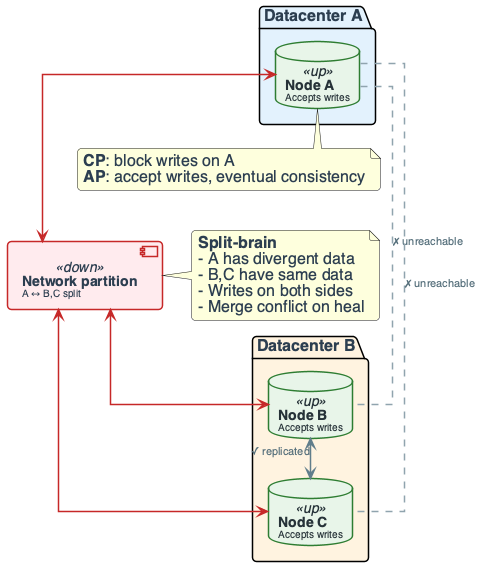
OrPerets/data-engineering-course keeps this PlantUML diagram as diagrams/week02/week2_lecture_slide42_failure_partition.png. Above is the earlier version.
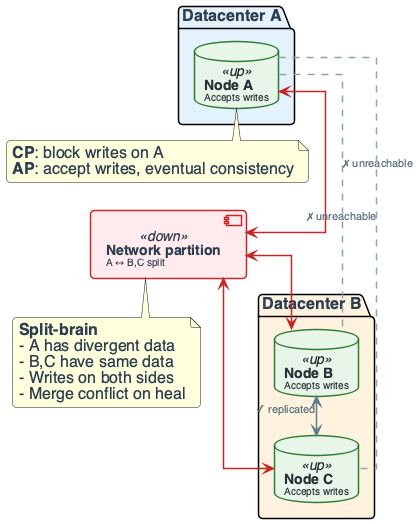
The same diagram one commit later.

What changed in the source:
```diff
@@ -5,8 +5,8 @@
 skinparam shadowing false
 skinparam roundcorner 8
 skinparam handwritten false
-skinparam nodesep 30
-skinparam ranksep 40
+skinparam nodesep 24
+skinparam ranksep 28
 
 skinparam defaultFontName "Segoe UI, Helvetica, sans-serif"
 skinparam defaultFontSize 16
@@ -137,7 +137,7 @@
 NA ..[#90A4AE].. NC : "✗ unreachable"
 NB <--> NC : "✓ replicated"
 
-note right of PART
+note bottom of PART
   **Split-brain**
   - A has divergent data
   - B,C have same data
```
